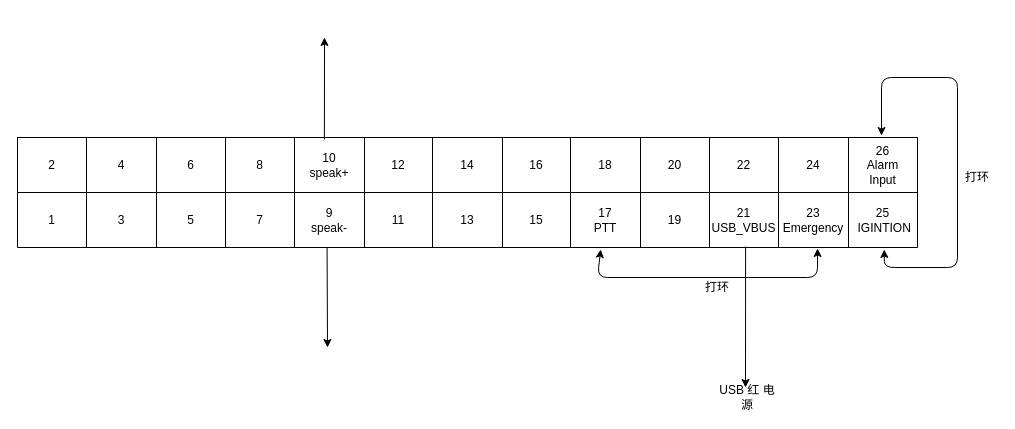
xibeidong/DrawIO keeps this draw.io diagram as Untitled Diagram.drawio. Above is the earlier version. Source tidied: cells renumbered, new cells numbered last; positions are measured from the earlier drawing's top-left corner, leaving out a move shared by most shapes. Both pictures are drawn from the tidied source at 100%, with x=0, y=0 at pixel (17, 37).
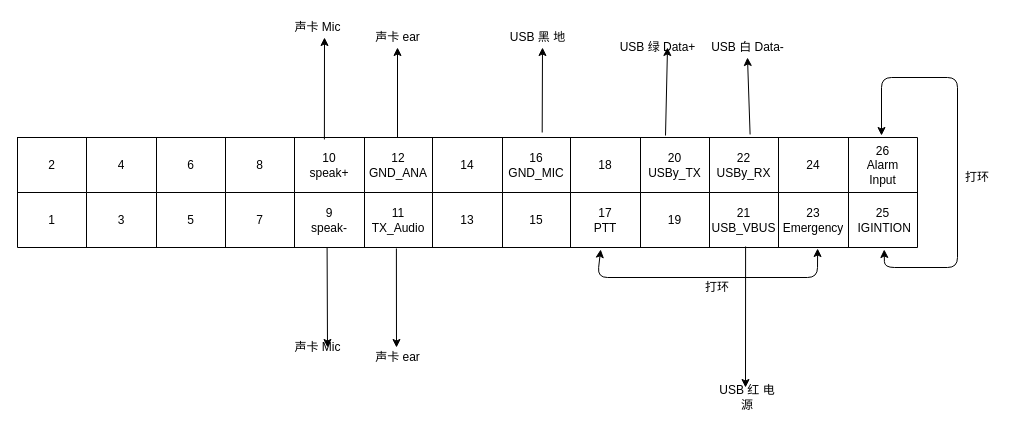
The same page after the edit.

Unchanged cells that the change refers to:
```xml
<mxCell id="3" style="shape=partialRectangle;html=1;whiteSpace=wrap;fillColor=none;top=0;left=0;bottom=0;right=0;points=[[0,0.5],[1,0.5]];portConstraint=eastwest;" parent="2" vertex="1">
  <mxGeometry width="900" height="55" as="geometry" />
</mxCell>
<mxCell id="17" style="shape=partialRectangle;html=1;whiteSpace=wrap;fillColor=none;top=0;left=0;bottom=0;right=0;points=[[0,0.5],[1,0.5]];portConstraint=eastwest;" parent="2" vertex="1">
  <mxGeometry y="55" width="900" height="55" as="geometry" />
</mxCell>
```

Change to the diagram source:
```diff
@@
-    <mxCell id="9" value="12" style="shape=partialRectangle;html=1;whiteSpace=wrap;overflow=hidden;fillColor=none;top=0;left=0;bottom=0;right=0;" parent="3" vertex="1">
+    <mxCell id="9" value="12&lt;br&gt;GND_ANA" style="shape=partialRectangle;html=1;whiteSpace=wrap;overflow=hidden;fillColor=none;top=0;left=0;bottom=0;right=0;" parent="3" vertex="1">
       <mxGeometry x="347" width="68" height="55" as="geometry" />
     </mxCell>
@@
-    <mxCell id="11" value="16" style="shape=partialRectangle;html=1;whiteSpace=wrap;overflow=hidden;fillColor=none;top=0;left=0;bottom=0;right=0;" parent="3" vertex="1">
+    <mxCell id="11" value="16&lt;br&gt;GND_MIC" style="shape=partialRectangle;html=1;whiteSpace=wrap;overflow=hidden;fillColor=none;top=0;left=0;bottom=0;right=0;" parent="3" vertex="1">
       <mxGeometry x="485" width="68" height="55" as="geometry" />
     </mxCell>
@@
-    <mxCell id="13" value="20" style="shape=partialRectangle;html=1;whiteSpace=wrap;overflow=hidden;fillColor=none;top=0;left=0;bottom=0;right=0;" parent="3" vertex="1">
+    <mxCell id="13" value="20&lt;br&gt;USBy_TX" style="shape=partialRectangle;html=1;whiteSpace=wrap;overflow=hidden;fillColor=none;top=0;left=0;bottom=0;right=0;" parent="3" vertex="1">
       <mxGeometry x="623" width="69" height="55" as="geometry" />
     </mxCell>
-    <mxCell id="14" value="22" style="shape=partialRectangle;html=1;whiteSpace=wrap;overflow=hidden;fillColor=none;top=0;left=0;bottom=0;right=0;" parent="3" vertex="1">
+    <mxCell id="14" value="22&lt;br&gt;USBy_RX" style="shape=partialRectangle;html=1;whiteSpace=wrap;overflow=hidden;fillColor=none;top=0;left=0;bottom=0;right=0;" parent="3" vertex="1">
       <mxGeometry x="692" width="69" height="55" as="geometry" />
     </mxCell>
@@
-    <mxCell id="23" value="11" style="shape=partialRectangle;html=1;whiteSpace=wrap;overflow=hidden;fillColor=none;top=0;left=0;bottom=0;right=0;" parent="17" vertex="1">
+    <mxCell id="23" value="11&lt;br&gt;TX_Audio" style="shape=partialRectangle;html=1;whiteSpace=wrap;overflow=hidden;fillColor=none;top=0;left=0;bottom=0;right=0;" parent="17" vertex="1">
       <mxGeometry x="347" width="68" height="55" as="geometry" />
     </mxCell>
@@
+    <mxCell id="39" style="endArrow=classic;html=1;exitX=0.72;exitY=-0.036;exitDx=0;exitDy=0;exitPerimeter=0;" parent="1" edge="1" source="3">
+      <mxGeometry relative="1" as="geometry">
+        <mxPoint x="650" y="10" as="targetPoint" />
+      </mxGeometry>
+    </mxCell>
+    <mxCell id="40" style="endArrow=classic;html=1;exitX=0.814;exitY=-0.055;exitDx=0;exitDy=0;exitPerimeter=0;" parent="1" edge="1" source="3">
+      <mxGeometry relative="1" as="geometry">
+        <mxPoint x="730" y="20" as="targetPoint" />
+      </mxGeometry>
+    </mxCell>
+    <mxCell id="41" value="USB&amp;nbsp;白&amp;nbsp;Data-" style="text;html=1;align=center;verticalAlign=middle;" parent="1" vertex="1">
+      <mxGeometry x="685" width="90" height="20" as="geometry" />
+    </mxCell>
+    <mxCell id="42" value="USB&amp;nbsp;绿 Data+" style="text;html=1;align=center;verticalAlign=middle;" parent="1" vertex="1">
+      <mxGeometry x="595" width="90" height="20" as="geometry" />
+    </mxCell>
+    <mxCell id="43" style="endArrow=classic;html=1;" parent="1" edge="1">
+      <mxGeometry relative="1" as="geometry">
+        <mxPoint x="380" y="100" as="sourcePoint" />
+        <mxPoint x="380" y="10" as="targetPoint" />
+      </mxGeometry>
+    </mxCell>
+    <mxCell id="44" style="endArrow=classic;html=1;exitX=0.583;exitY=-0.091;exitDx=0;exitDy=0;exitPerimeter=0;" parent="1" edge="1" source="3">
+      <mxGeometry relative="1" as="geometry">
+        <mxPoint x="525" y="10" as="targetPoint" />
+      </mxGeometry>
+    </mxCell>
+    <mxCell id="45" value="USB&amp;nbsp;黑&amp;nbsp;地" style="text;html=1;align=center;verticalAlign=middle;" parent="1" vertex="1">
+      <mxGeometry x="485" y="-10" width="70" height="20" as="geometry" />
+    </mxCell>
+    <mxCell id="46" style="endArrow=classic;html=1;exitX=0.421;exitY=1.018;exitDx=0;exitDy=0;exitPerimeter=0;" parent="1" edge="1" source="17">
+      <mxGeometry relative="1" as="geometry">
+        <mxPoint x="379" y="310" as="targetPoint" />
+      </mxGeometry>
+    </mxCell>
+    <mxCell id="47" value="声卡&amp;nbsp;Mic" style="text;html=1;align=center;verticalAlign=middle;" parent="1" vertex="1">
+      <mxGeometry x="270" y="-20" width="60" height="20" as="geometry" />
+    </mxCell>
+    <mxCell id="48" value="声卡&amp;nbsp;Mic" style="text;html=1;align=center;verticalAlign=middle;" parent="1" vertex="1">
+      <mxGeometry x="270" y="300" width="60" height="20" as="geometry" />
+    </mxCell>
+    <mxCell id="49" value="声卡&amp;nbsp;ear" style="text;html=1;align=center;verticalAlign=middle;" parent="1" vertex="1">
+      <mxGeometry x="350" y="-10" width="60" height="20" as="geometry" />
+    </mxCell>
+    <mxCell id="50" value="声卡&amp;nbsp;ear" style="text;html=1;align=center;verticalAlign=middle;" parent="1" vertex="1">
+      <mxGeometry x="350" y="310" width="60" height="20" as="geometry" />
+    </mxCell>
```
